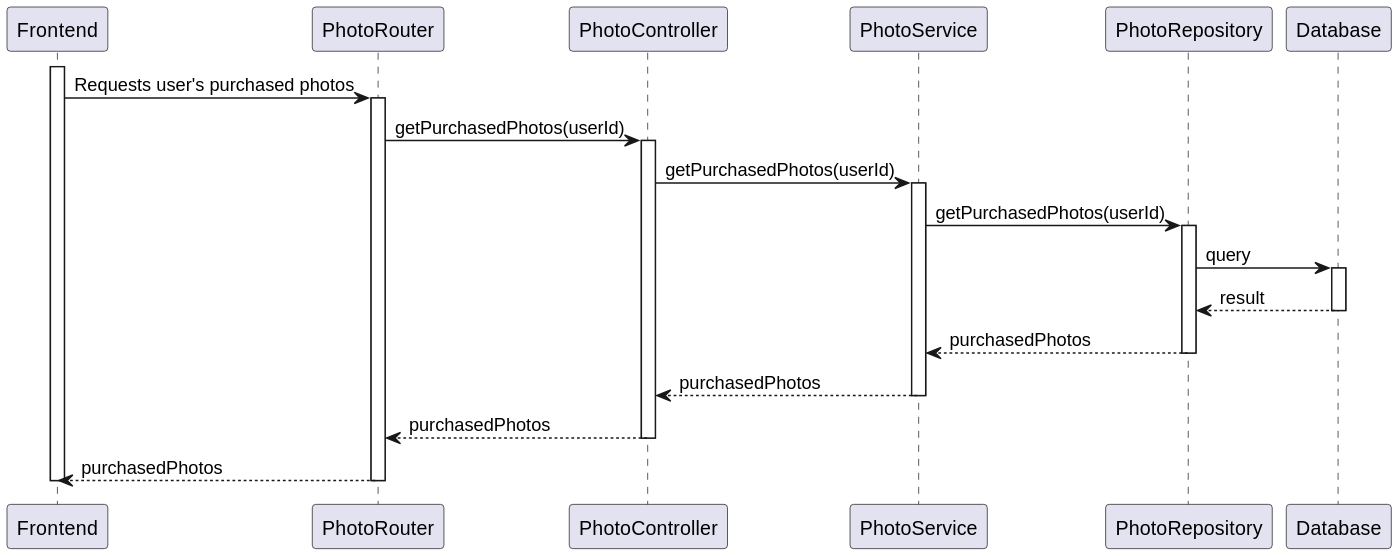
Above: docs/image/Level3/ProcessView/ViewPurchasedPhotos.svg in mei-desofs/desofs2024_M1D_2 (PlantUML), before the change. The source it was exported from:
```plantuml
@startuml
participant Frontend
participant PhotoRouter as Router
participant PhotoController as Controller
participant PhotoService as Service
participant PhotoRepository as Repository
participant Database

activate Frontend

Frontend -> Router: Requests user's purchased photos
activate Router

Router -> Controller: getPurchasedPhotos(userId)
activate Controller

Controller -> Service: getPurchasedPhotos(userId)
activate Service

Service -> Repository: getPurchasedPhotos(userId)
activate Repository

Repository -> Database: query
activate Database

Database --> Repository: result
deactivate Database

Repository --> Service: purchasedPhotos
deactivate Repository

Service --> Controller: purchasedPhotos
deactivate Service

Controller --> Router: purchasedPhotos
deactivate Controller

Router --> Frontend: purchasedPhotos
deactivate Router

deactivate Frontend
@enduml
```
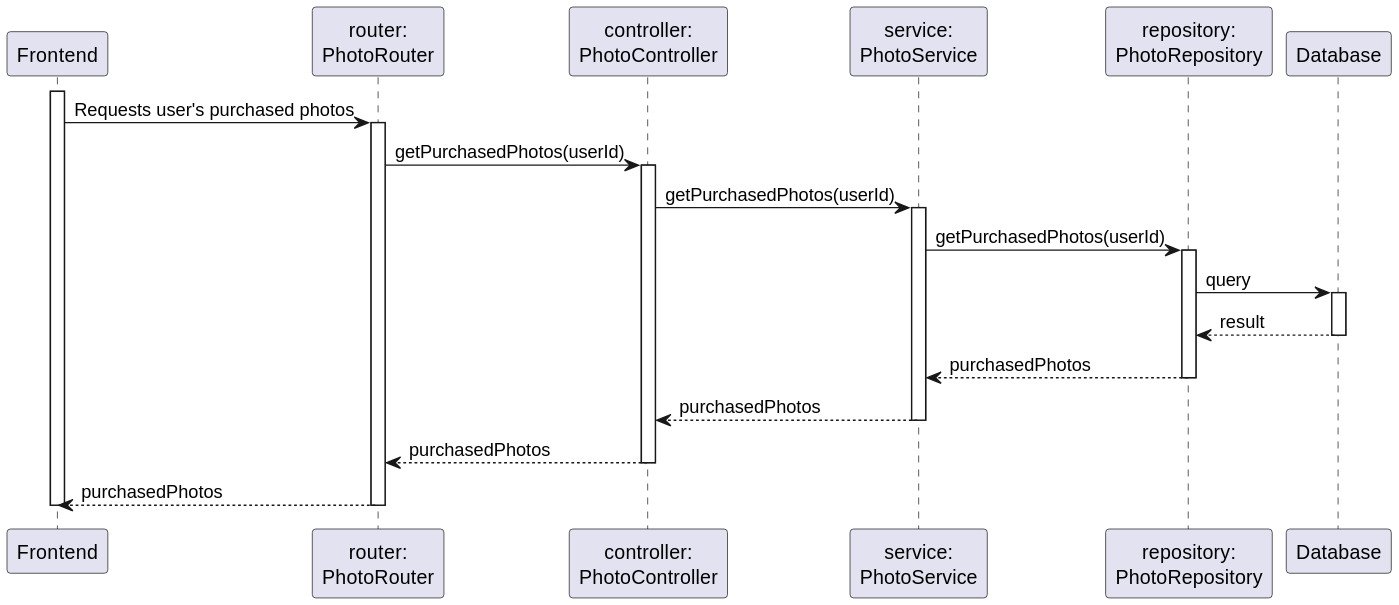
The same file after the commit.

Commit message:
doc(sd) : Corrected Sequence Diagrams for View Purchased Photos and for Edit User Roles.

The edit, as a diff of the source:
```diff
@@ -1,9 +1,9 @@
 @startuml
 participant Frontend
-participant PhotoRouter as Router
-participant PhotoController as Controller
-participant PhotoService as Service
-participant PhotoRepository as Repository
+participant "router:\nPhotoRouter" as Router
+participant "controller:\nPhotoController" as Controller
+participant "service:\nPhotoService" as Service
+participant "repository:\nPhotoRepository" as Repository
 participant Database
 
 activate Frontend
```
